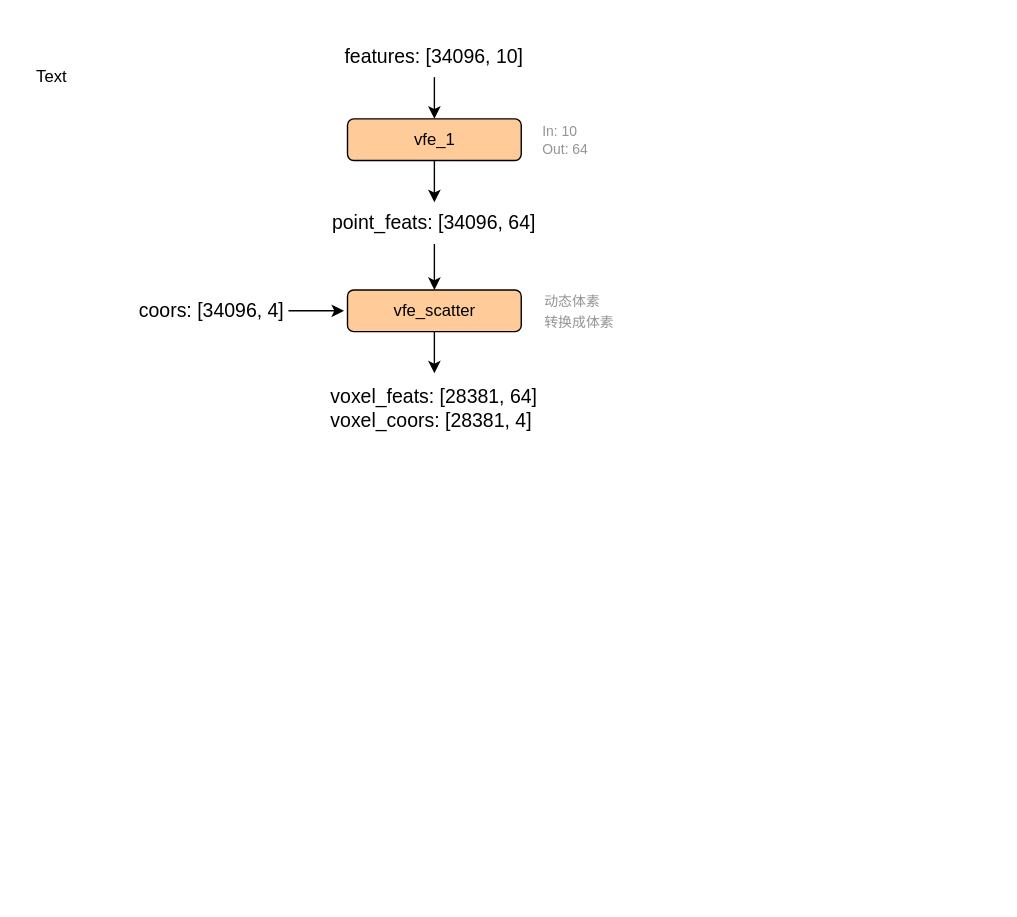
wennieWN/UML keeps this draw.io diagram as mvx-point.drawio. Above is the earlier version. Source tidied: cells renumbered, new cells numbered last; positions are measured from the earlier drawing's top-left corner, leaving out a move shared by most shapes. Both pictures are drawn from the tidied source at 139%, with x=0, y=0 at pixel (24, 35).
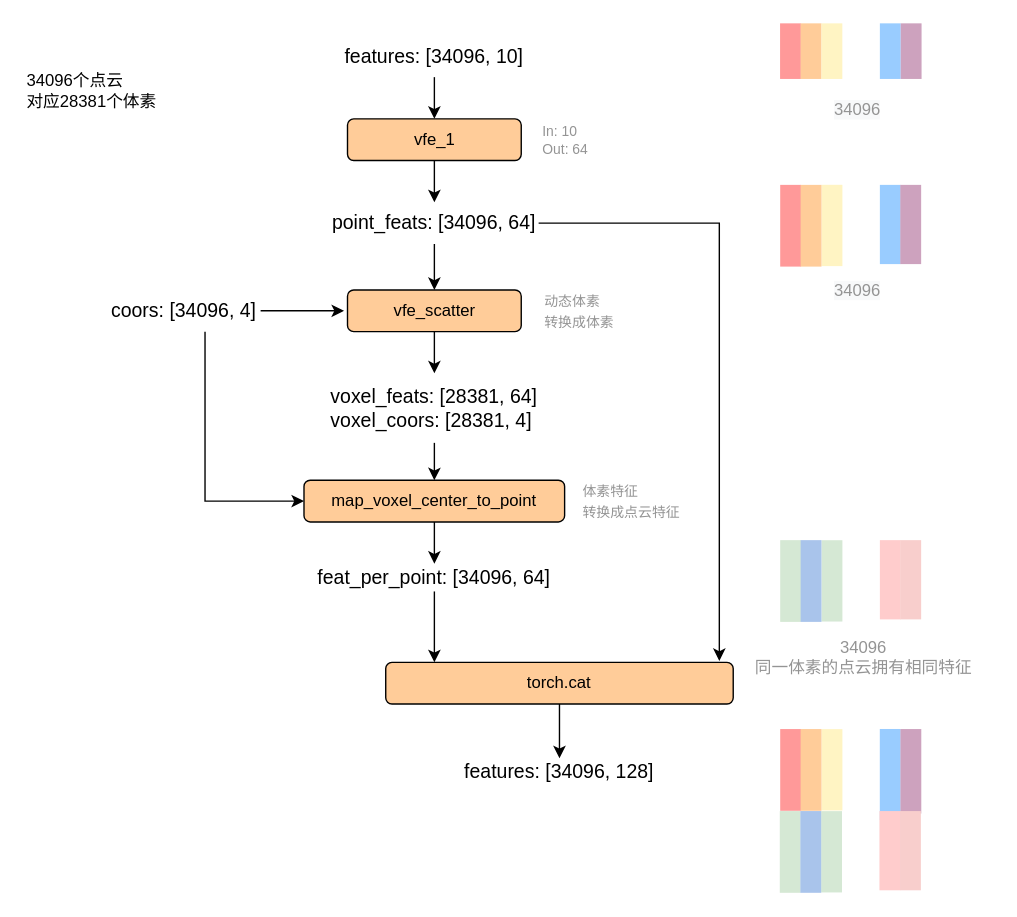
The same page after the edit.

Unchanged cells that the change refers to:
```xml
<mxCell id="7" value="&lt;font style=&quot;font-size: 14px&quot;&gt;point_feats: [34096, 64]&lt;/font&gt;" style="text;html=1;strokeColor=none;fillColor=none;align=center;verticalAlign=middle;whiteSpace=wrap;rounded=0;" parent="1" vertex="1">
  <mxGeometry x="220" y="120" width="150" height="30" as="geometry" />
</mxCell>
<mxCell id="13" value="&lt;div style=&quot;text-align: left&quot;&gt;&lt;span style=&quot;font-size: 14px&quot;&gt;voxel_feats: [28381, 64]&lt;/span&gt;&lt;/div&gt;&lt;font style=&quot;font-size: 14px&quot;&gt;&lt;div style=&quot;text-align: left&quot;&gt;&lt;span&gt;voxel_coors: [28381, 4]&lt;/span&gt;&lt;/div&gt;&lt;/font&gt;" style="text;html=1;strokeColor=none;fillColor=none;align=center;verticalAlign=middle;whiteSpace=wrap;rounded=0;" parent="1" vertex="1">
  <mxGeometry x="216.2" y="243.1" width="157.5" height="50" as="geometry" />
</mxCell>
```

What changed in the source:
```diff
@@
+    <mxCell id="16" style="edgeStyle=orthogonalEdgeStyle;rounded=0;jettySize=auto;html=1;entryX=0.96;entryY=-0.033;entryDx=0;entryDy=0;entryPerimeter=0;" parent="1" edge="1" source="7" target="43">
+      <mxGeometry relative="1" as="geometry">
+        <Array as="points">
+          <mxPoint x="500" y="135" />
+        </Array>
+      </mxGeometry>
+    </mxCell>
@@
+    <mxCell id="17" style="edgeStyle=orthogonalEdgeStyle;rounded=0;jettySize=auto;html=1;entryX=0;entryY=0.5;entryDx=0;entryDy=0;" parent="1" edge="1" source="12" target="20">
+      <mxGeometry relative="1" as="geometry">
+        <Array as="points">
+          <mxPoint x="130" y="335" />
+        </Array>
+      </mxGeometry>
+    </mxCell>
     <mxCell id="12" value="&lt;font style=&quot;font-size: 14px&quot;&gt;coors: [34096, 4]&lt;/font&gt;" style="text;html=1;strokeColor=none;fillColor=none;align=center;verticalAlign=middle;whiteSpace=wrap;rounded=0;" parent="1" vertex="1">
-      <mxGeometry x="80" y="183.1" width="110" height="30" as="geometry" />
+      <mxGeometry x="60" y="183.1" width="110" height="30" as="geometry" />
     </mxCell>
+    <mxCell id="18" style="edgeStyle=orthogonalEdgeStyle;rounded=0;jettySize=auto;html=1;entryX=0.5;entryY=0;entryDx=0;entryDy=0;" parent="1" edge="1" source="13" target="20">
+      <mxGeometry relative="1" as="geometry" />
+    </mxCell>
@@
-    <mxCell id="15" value="Text" style="text;html=1;strokeColor=none;fillColor=none;align=center;verticalAlign=middle;whiteSpace=wrap;rounded=0;" parent="1" vertex="1">
-      <mxGeometry y="20" width="40" height="20" as="geometry" />
+    <mxCell id="15" value="34096个点云&lt;br&gt;对应28381个体素" style="text;html=1;strokeColor=none;fillColor=none;align=left;verticalAlign=middle;whiteSpace=wrap;rounded=0;" parent="1" vertex="1">
+      <mxGeometry y="20" width="160" height="40" as="geometry" />
     </mxCell>
+    <mxCell id="19" style="edgeStyle=orthogonalEdgeStyle;rounded=0;jettySize=auto;html=1;" parent="1" edge="1" source="20" target="23">
+      <mxGeometry relative="1" as="geometry" />
+    </mxCell>
+    <mxCell id="20" value="map_voxel_center_to_point" style="rounded=1;whiteSpace=wrap;html=1;fillColor=#FFCC99;" parent="1" vertex="1">
+      <mxGeometry x="201.2" y="320" width="187.5" height="30" as="geometry" />
+    </mxCell>
+    <mxCell id="21" value="&lt;font color=&quot;#949494&quot;&gt;&lt;span style=&quot;font-size: 10px&quot;&gt;体素特征&lt;br&gt;转换成点云特征&lt;/span&gt;&lt;/font&gt;" style="text;html=1;strokeColor=none;fillColor=none;align=left;verticalAlign=middle;whiteSpace=wrap;rounded=0;" parent="1" vertex="1">
+      <mxGeometry x="400" y="318.4" width="91.2" height="33.1" as="geometry" />
+    </mxCell>
+    <mxCell id="22" style="edgeStyle=orthogonalEdgeStyle;rounded=0;jettySize=auto;html=1;entryX=0.14;entryY=0;entryDx=0;entryDy=0;entryPerimeter=0;" parent="1" edge="1" source="23" target="43">
+      <mxGeometry relative="1" as="geometry" />
+    </mxCell>
+    <mxCell id="23" value="&lt;div style=&quot;text-align: left&quot;&gt;&lt;span style=&quot;font-size: 14px&quot;&gt;feat_per_point: [34096, 64]&lt;/span&gt;&lt;/div&gt;" style="text;html=1;strokeColor=none;fillColor=none;align=center;verticalAlign=middle;whiteSpace=wrap;rounded=0;" parent="1" vertex="1">
+      <mxGeometry x="205" y="380" width="180" height="20" as="geometry" />
+    </mxCell>
+    <mxCell id="24" style="rounded=0;whiteSpace=wrap;html=1;rotation=90;fillColor=#FF9999;strokeColor=none;" parent="1" vertex="1">
+      <mxGeometry x="531.2" y="3.8" width="40" height="15" as="geometry" />
+    </mxCell>
+    <mxCell id="25" style="rounded=0;whiteSpace=wrap;html=1;rotation=90;fillColor=#FFCC99;strokeColor=none;" parent="1" vertex="1">
+      <mxGeometry x="546" y="3.8" width="40" height="15" as="geometry" />
+    </mxCell>
+    <mxCell id="26" style="rounded=0;whiteSpace=wrap;html=1;rotation=90;fillColor=#FFF4C3;strokeColor=none;" parent="1" vertex="1">
+      <mxGeometry x="561" y="3.8" width="40" height="15" as="geometry" />
+    </mxCell>
+    <mxCell id="27" style="rounded=0;whiteSpace=wrap;html=1;rotation=90;fillColor=#99CCFF;strokeColor=none;" parent="1" vertex="1">
+      <mxGeometry x="603" y="3.8" width="40" height="15" as="geometry" />
+    </mxCell>
+    <mxCell id="28" style="rounded=0;whiteSpace=wrap;html=1;rotation=90;fillColor=#CDA2BE;strokeColor=none;" parent="1" vertex="1">
+      <mxGeometry x="618" y="3.8" width="40" height="15" as="geometry" />
+    </mxCell>
+    <mxCell id="29" style="rounded=0;whiteSpace=wrap;html=1;rotation=90;fillColor=#FF9999;strokeColor=none;" parent="1" vertex="1">
+      <mxGeometry x="521.9" y="129.4" width="58.8" height="15" as="geometry" />
+    </mxCell>
+    <mxCell id="30" style="rounded=0;whiteSpace=wrap;html=1;rotation=90;fillColor=#FFF4C3;strokeColor=none;" parent="1" vertex="1">
+      <mxGeometry x="551.8" y="129.2" width="58.5" height="15" as="geometry" />
+    </mxCell>
+    <mxCell id="31" style="rounded=0;whiteSpace=wrap;html=1;rotation=90;fillColor=#99CCFF;strokeColor=none;" parent="1" vertex="1">
+      <mxGeometry x="594.5" y="128.5" width="57" height="15" as="geometry" />
+    </mxCell>
+    <mxCell id="32" style="rounded=0;whiteSpace=wrap;html=1;rotation=90;fillColor=#FFCC99;strokeColor=none;" parent="1" vertex="1">
+      <mxGeometry x="536.6" y="129.4" width="58.8" height="15" as="geometry" />
+    </mxCell>
+    <mxCell id="33" style="rounded=0;whiteSpace=wrap;html=1;rotation=90;fillColor=#CDA2BE;strokeColor=none;" parent="1" vertex="1">
+      <mxGeometry x="609.2" y="128.5" width="57" height="15" as="geometry" />
+    </mxCell>
+    <mxCell id="34" style="rounded=0;whiteSpace=wrap;html=1;rotation=90;fillColor=#D5E8D4;strokeColor=none;" parent="1" vertex="1">
+      <mxGeometry x="521.9" y="385" width="58.8" height="15" as="geometry" />
+    </mxCell>
+    <mxCell id="35" style="rounded=0;whiteSpace=wrap;html=1;rotation=90;fillColor=#D5E8D4;strokeColor=none;" parent="1" vertex="1">
+      <mxGeometry x="551.8" y="384.9" width="58.5" height="15" as="geometry" />
+    </mxCell>
+    <mxCell id="36" style="rounded=0;whiteSpace=wrap;html=1;rotation=90;fillColor=#FFCCCC;strokeColor=none;" parent="1" vertex="1">
+      <mxGeometry x="594.5" y="384.1" width="57" height="15" as="geometry" />
+    </mxCell>
+    <mxCell id="37" style="rounded=0;whiteSpace=wrap;html=1;rotation=90;fillColor=#A9C4EB;strokeColor=none;" parent="1" vertex="1">
+      <mxGeometry x="536.6" y="385" width="58.8" height="15" as="geometry" />
+    </mxCell>
+    <mxCell id="38" style="rounded=0;whiteSpace=wrap;html=1;rotation=90;fillColor=#F8CECC;strokeColor=none;" parent="1" vertex="1">
+      <mxGeometry x="609.2" y="384.1" width="57" height="15" as="geometry" />
+    </mxCell>
+    <mxCell id="39" value="&lt;span style=&quot;font-family: &amp;#34;helvetica&amp;#34; ; font-style: normal ; font-weight: 400 ; letter-spacing: normal ; text-align: center ; text-indent: 0px ; text-transform: none ; word-spacing: 0px ; background-color: rgb(248 , 249 , 250) ; display: inline ; float: none&quot;&gt;&lt;font color=&quot;#949494&quot; style=&quot;font-size: 12px&quot;&gt;34096&lt;/font&gt;&lt;/span&gt;" style="text;whiteSpace=wrap;html=1;strokeColor=none;" parent="1" vertex="1">
+      <mxGeometry x="580.6" y="40" width="60" height="30" as="geometry" />
+    </mxCell>
+    <mxCell id="40" value="&lt;span style=&quot;font-family: &amp;#34;helvetica&amp;#34; ; font-style: normal ; font-weight: 400 ; letter-spacing: normal ; text-align: center ; text-indent: 0px ; text-transform: none ; word-spacing: 0px ; background-color: rgb(248 , 249 , 250) ; display: inline ; float: none&quot;&gt;&lt;font color=&quot;#949494&quot; style=&quot;font-size: 12px&quot;&gt;34096&lt;/font&gt;&lt;/span&gt;" style="text;whiteSpace=wrap;html=1;strokeColor=none;" parent="1" vertex="1">
+      <mxGeometry x="580.6" y="170" width="60" height="30" as="geometry" />
+    </mxCell>
+    <mxCell id="41" value="&lt;div style=&quot;text-align: center&quot;&gt;&lt;span style=&quot;color: rgb(148 , 148 , 148) ; font-family: &amp;#34;helvetica&amp;#34;&quot;&gt;34096&lt;/span&gt;&lt;/div&gt;&lt;span style=&quot;font-family: &amp;#34;helvetica&amp;#34; ; font-style: normal ; font-weight: 400 ; letter-spacing: normal ; text-indent: 0px ; text-transform: none ; word-spacing: 0px ; background-color: rgb(248 , 249 , 250) ; display: inline ; float: none&quot;&gt;&lt;div style=&quot;text-align: center&quot;&gt;&lt;span style=&quot;color: rgb(148 , 148 , 148)&quot;&gt;同一体素的点云拥有相同特征&lt;/span&gt;&lt;/div&gt;&lt;/span&gt;" style="text;whiteSpace=wrap;html=1;strokeColor=none;" parent="1" vertex="1">
+      <mxGeometry x="523.6" y="427" width="174" height="50" as="geometry" />
+    </mxCell>
+    <mxCell id="42" style="edgeStyle=orthogonalEdgeStyle;rounded=0;jettySize=auto;html=1;entryX=0.5;entryY=0;entryDx=0;entryDy=0;" parent="1" edge="1" source="43" target="44">
+      <mxGeometry relative="1" as="geometry" />
+    </mxCell>
+    <mxCell id="43" value="torch.cat" style="rounded=1;whiteSpace=wrap;html=1;fillColor=#FFCC99;" parent="1" vertex="1">
+      <mxGeometry x="260" y="451" width="250" height="30" as="geometry" />
+    </mxCell>
+    <mxCell id="44" value="&lt;div style=&quot;text-align: left&quot;&gt;&lt;span style=&quot;font-size: 14px&quot;&gt;features: [34096, 128]&lt;/span&gt;&lt;/div&gt;" style="text;html=1;strokeColor=none;fillColor=none;align=center;verticalAlign=middle;whiteSpace=wrap;rounded=0;" parent="1" vertex="1">
+      <mxGeometry x="295" y="520" width="180" height="20" as="geometry" />
+    </mxCell>
+    <mxCell id="45" style="rounded=0;whiteSpace=wrap;html=1;rotation=90;fillColor=#FF9999;strokeColor=none;" parent="1" vertex="1">
+      <mxGeometry x="521.9" y="520.9" width="58.8" height="15" as="geometry" />
+    </mxCell>
+    <mxCell id="46" style="rounded=0;whiteSpace=wrap;html=1;rotation=90;fillColor=#FFF4C3;strokeColor=none;" parent="1" vertex="1">
+      <mxGeometry x="551.8" y="520.8" width="58.5" height="15" as="geometry" />
+    </mxCell>
+    <mxCell id="47" style="rounded=0;whiteSpace=wrap;html=1;rotation=90;fillColor=#99CCFF;strokeColor=none;" parent="1" vertex="1">
+      <mxGeometry x="590.2" y="524.2" width="65.5" height="15" as="geometry" />
+    </mxCell>
+    <mxCell id="48" style="rounded=0;whiteSpace=wrap;html=1;rotation=90;fillColor=#FFCC99;strokeColor=none;" parent="1" vertex="1">
+      <mxGeometry x="536.6" y="520.9" width="58.8" height="15" as="geometry" />
+    </mxCell>
+    <mxCell id="49" style="rounded=0;whiteSpace=wrap;html=1;rotation=90;fillColor=#CDA2BE;strokeColor=none;" parent="1" vertex="1">
+      <mxGeometry x="607.4" y="521.9" width="60.8" height="15" as="geometry" />
+    </mxCell>
+    <mxCell id="50" style="rounded=0;whiteSpace=wrap;html=1;rotation=90;fillColor=#D5E8D4;strokeColor=none;" parent="1" vertex="1">
+      <mxGeometry x="521.6" y="579.9" width="58.8" height="15" as="geometry" />
+    </mxCell>
+    <mxCell id="51" style="rounded=0;whiteSpace=wrap;html=1;rotation=90;fillColor=#D5E8D4;strokeColor=none;" parent="1" vertex="1">
+      <mxGeometry x="551.5" y="579.8" width="58.5" height="15" as="geometry" />
+    </mxCell>
+    <mxCell id="52" style="rounded=0;whiteSpace=wrap;html=1;rotation=90;fillColor=#FFCCCC;strokeColor=none;" parent="1" vertex="1">
+      <mxGeometry x="594.2" y="579" width="57" height="15" as="geometry" />
+    </mxCell>
+    <mxCell id="53" style="rounded=0;whiteSpace=wrap;html=1;rotation=90;fillColor=#A9C4EB;strokeColor=none;" parent="1" vertex="1">
+      <mxGeometry x="536.4" y="579.9" width="58.8" height="15" as="geometry" />
+    </mxCell>
+    <mxCell id="54" style="rounded=0;whiteSpace=wrap;html=1;rotation=90;fillColor=#F8CECC;strokeColor=none;" parent="1" vertex="1">
+      <mxGeometry x="609" y="579" width="57" height="15" as="geometry" />
+    </mxCell>
```
